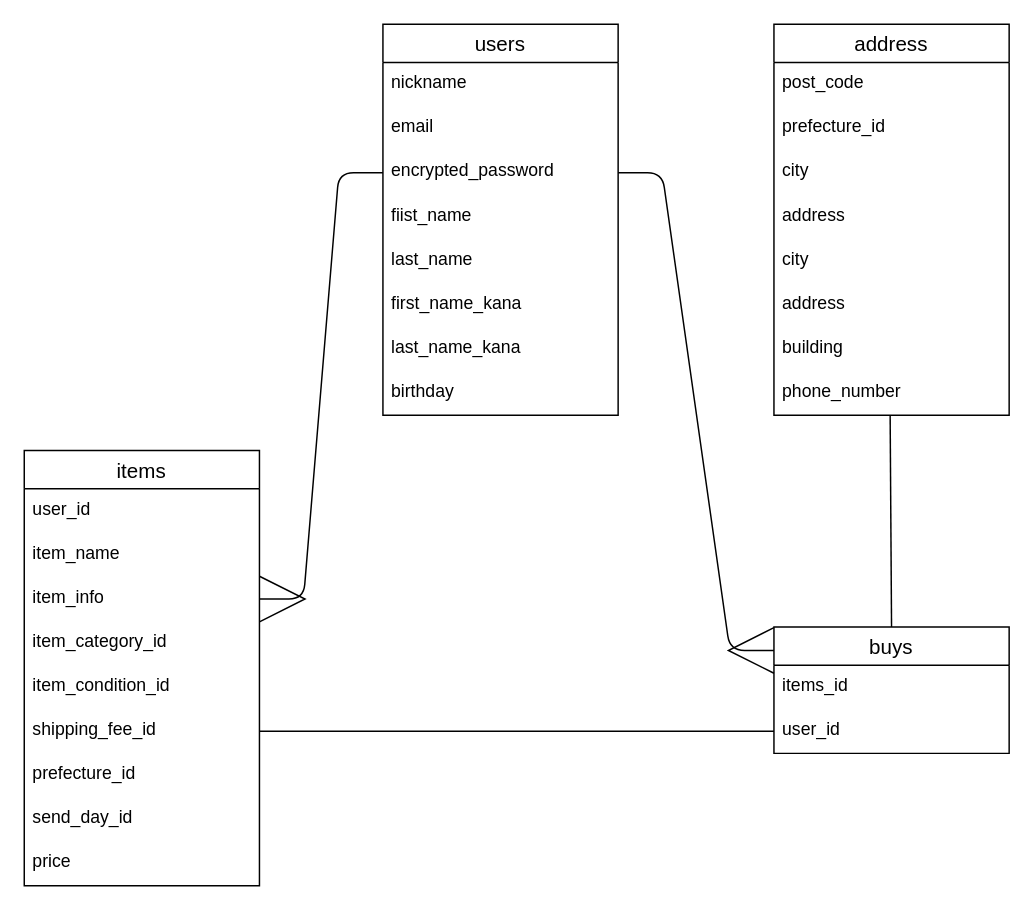
Above: furima.dio in gomachan3232/furima-32357 (draw.io), before the change. Source tidied: cells renumbered, new cells numbered last; positions are measured from the earlier drawing's top-left corner, leaving out a move shared by most shapes. Both pictures are drawn from the tidied source at 147%, with x=0, y=0 at pixel (24, 24).
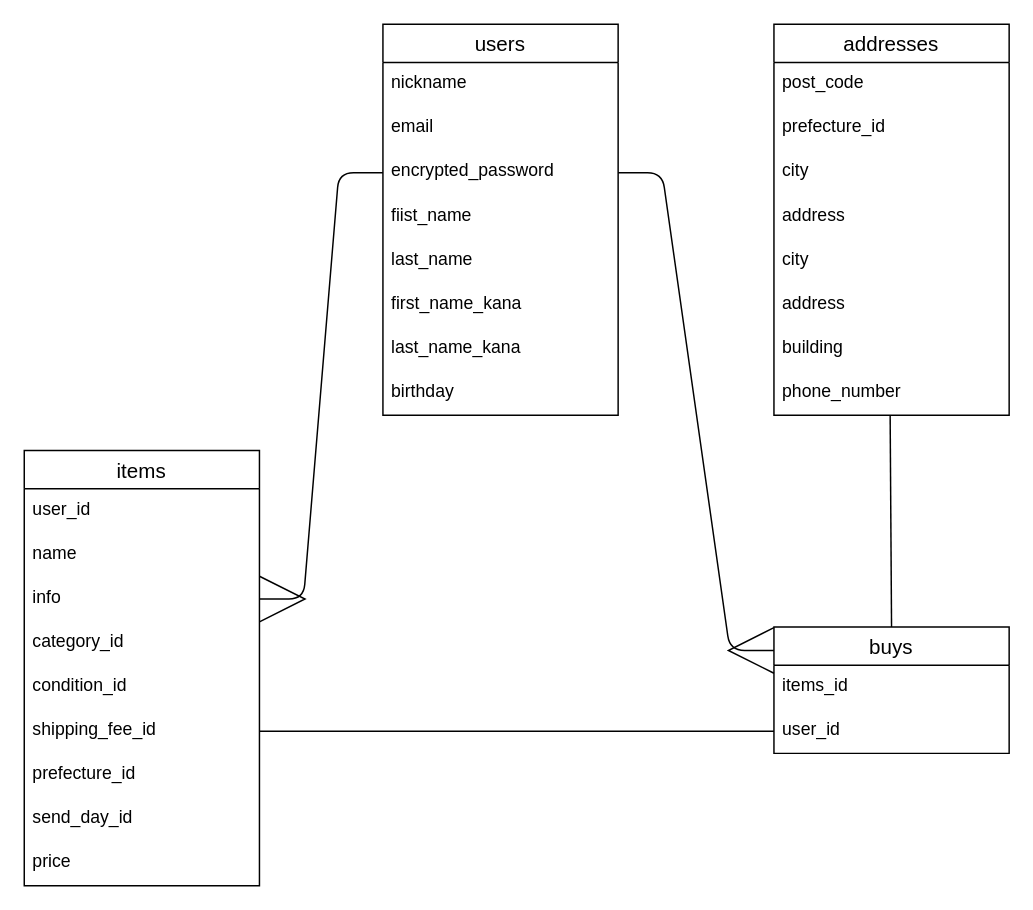
The same page after the edit.

Commit message (it also covers changes not shown here):
データベース設計　修正4

The change refers to these unchanged cells:
```xml
<mxCell id="11" value="items" style="swimlane;fontStyle=0;horizontal=1;startSize=26;align=center;fontSize=14;" parent="1" vertex="1">
  <mxGeometry y="290" width="160" height="296" as="geometry" />
</mxCell>
```

What changed in the source:
```diff
@@
-    <mxCell id="13" value="item_name" style="text;strokeColor=none;fillColor=none;spacingLeft=4;spacingRight=4;overflow=hidden;fontSize=12;" parent="11" vertex="1">
+    <mxCell id="13" value="name" style="text;strokeColor=none;fillColor=none;spacingLeft=4;spacingRight=4;overflow=hidden;fontSize=12;" parent="11" vertex="1">
       <mxGeometry y="56" width="160" height="30" as="geometry" />
     </mxCell>
-    <mxCell id="14" value="item_info" style="text;strokeColor=none;fillColor=none;spacingLeft=4;spacingRight=4;overflow=hidden;points=[[0,0.5],[1,0.5]];portConstraint=eastwest;fontSize=12;" parent="11" vertex="1">
+    <mxCell id="14" value="info" style="text;strokeColor=none;fillColor=none;spacingLeft=4;spacingRight=4;overflow=hidden;points=[[0,0.5],[1,0.5]];portConstraint=eastwest;fontSize=12;" parent="11" vertex="1">
       <mxGeometry y="86" width="160" height="30" as="geometry" />
     </mxCell>
-    <mxCell id="15" value="item_category_id" style="text;strokeColor=none;fillColor=none;spacingLeft=4;spacingRight=4;overflow=hidden;fontSize=12;" parent="11" vertex="1">
+    <mxCell id="15" value="category_id" style="text;strokeColor=none;fillColor=none;spacingLeft=4;spacingRight=4;overflow=hidden;fontSize=12;" parent="11" vertex="1">
       <mxGeometry y="116" width="160" height="30" as="geometry" />
     </mxCell>
-    <mxCell id="16" value="item_condition_id" style="text;strokeColor=none;fillColor=none;spacingLeft=4;spacingRight=4;overflow=hidden;fontSize=12;" parent="11" vertex="1">
+    <mxCell id="16" value="condition_id" style="text;strokeColor=none;fillColor=none;spacingLeft=4;spacingRight=4;overflow=hidden;fontSize=12;" parent="11" vertex="1">
       <mxGeometry y="146" width="160" height="30" as="geometry" />
     </mxCell>
@@
-    <mxCell id="26" value="address" style="swimlane;fontStyle=0;horizontal=1;startSize=26;align=center;fontSize=14;" parent="1" vertex="1">
+    <mxCell id="26" value="addresses" style="swimlane;fontStyle=0;horizontal=1;startSize=26;align=center;fontSize=14;" parent="1" vertex="1">
       <mxGeometry x="510" width="160" height="266" as="geometry" />
     </mxCell>
```
